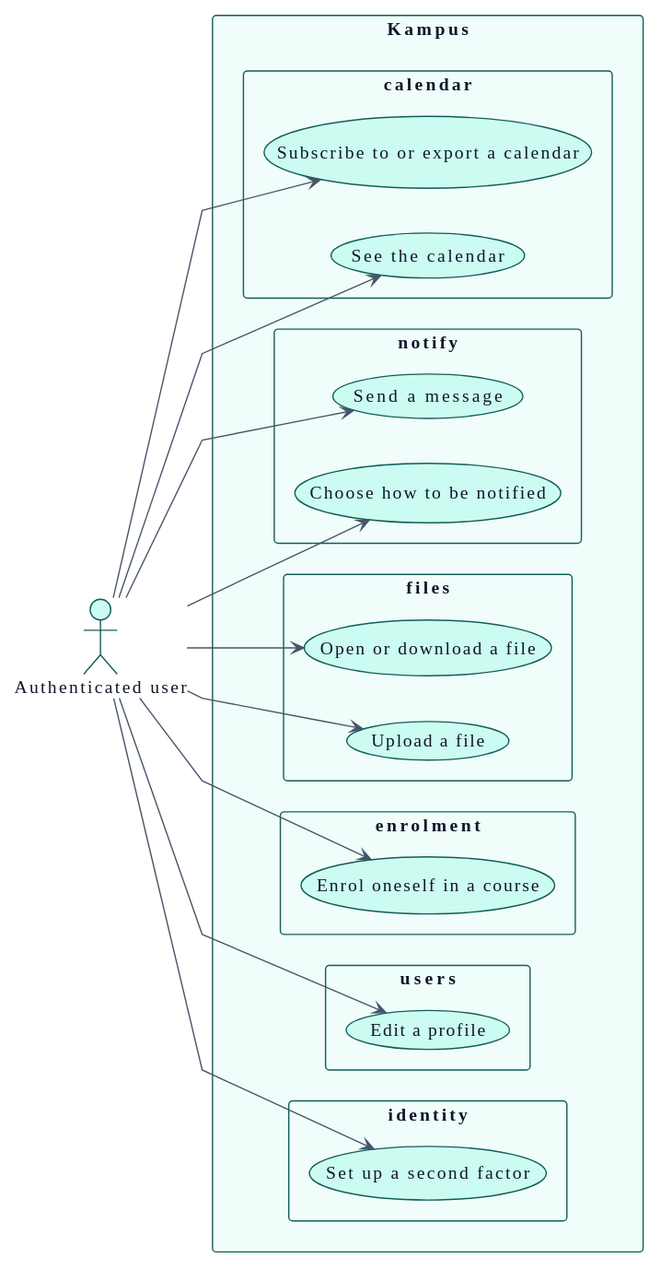
Earlier version of the PlantUML export docs/01-requirements/use-cases-authenticated_user.svg (didactika/kampus).
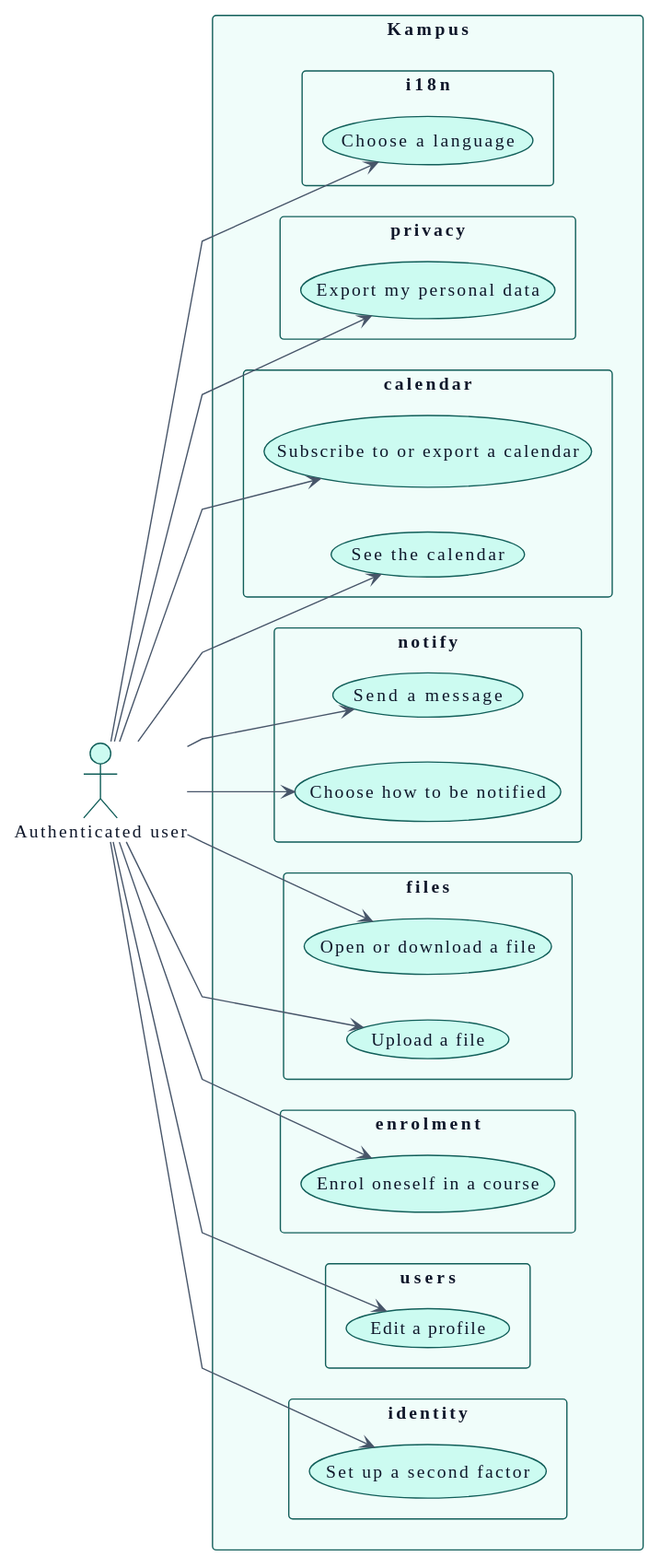
The same diagram one commit later.

Change to the diagram source:
```diff
@@ -130,6 +130,12 @@
     usecase "See the calendar" as UC_viewCalendar
     usecase "Subscribe to or export a calendar" as UC_subscribeCalendar
   }
+  package "privacy" {
+    usecase "Export my personal data" as UC_exportMyData
+  }
+  package "i18n" {
+    usecase "Choose a language" as UC_chooseLanguage
+  }
 }
 
 A_Authenticated_user --> UC_setUpSecondFactor
@@ -141,4 +147,6 @@
 A_Authenticated_user --> UC_sendMessage
 A_Authenticated_user --> UC_viewCalendar
 A_Authenticated_user --> UC_subscribeCalendar
+A_Authenticated_user --> UC_exportMyData
+A_Authenticated_user --> UC_chooseLanguage
 @enduml
```
